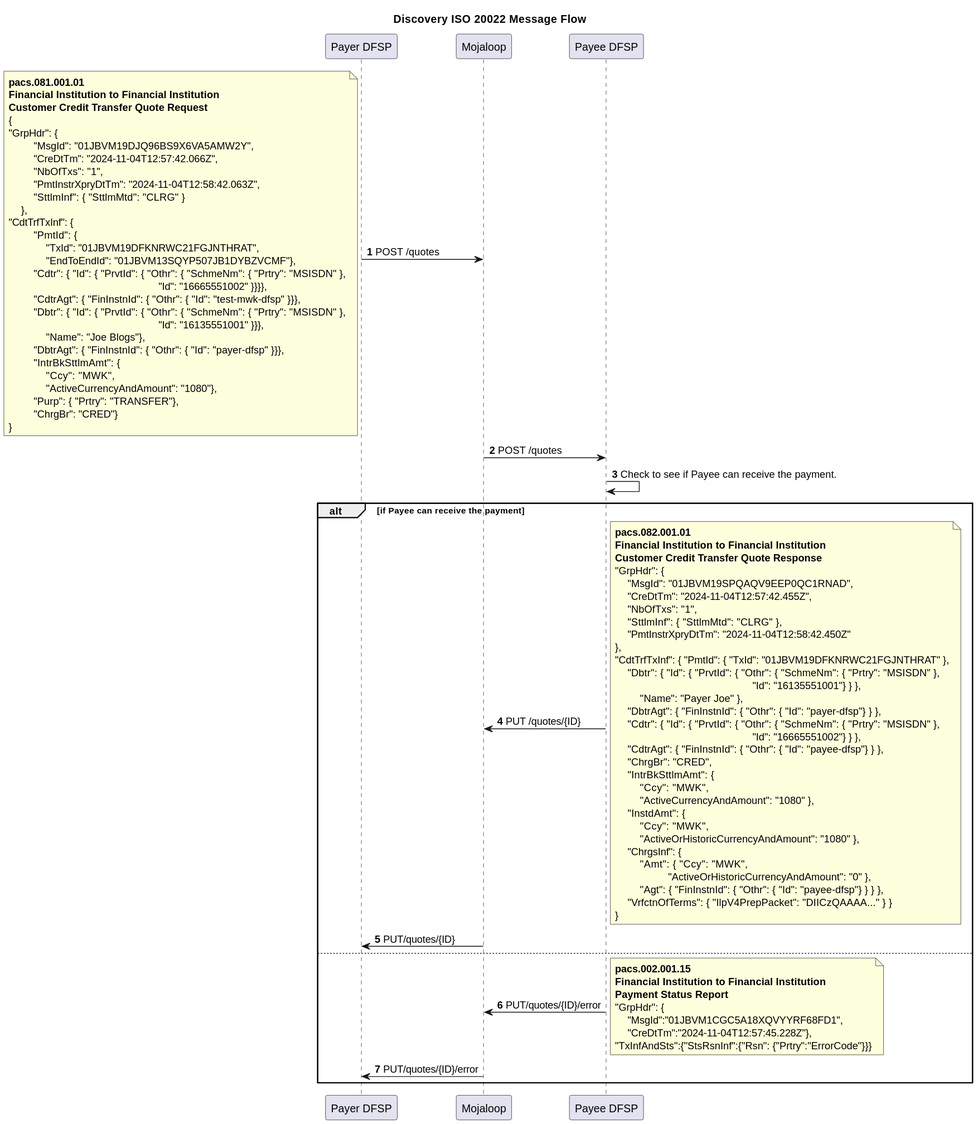
The PlantUML diagram docs/fr/product/features/Iso20022/v1.0/SequenceDiagrams/Agreement.svg in mojaloop/documentation, before a commit. Its source is kept beside it as docs/fr/product/features/Iso20022/v1.0/SequenceDiagrams/Agreement.plantuml. The source it was exported from:
```plantuml
@startuml

Title Discovery ISO 20022 Message Flow
participant PayerDFSP as "Payer DFSP"
participant Mojaloop as "Mojaloop"
participant PayeeDFSP as "Payee DFSP"

autonumber

PayerDFSP -> Mojaloop: POST /quotes
note left
**pacs.081.001.01**
**Financial Institution to Financial Institution**
**Customer Credit Transfer Quote Request**
{
"GrpHdr": {
        "MsgId": "01JBVM19DJQ96BS9X6VA5AMW2Y",
        "CreDtTm": "2024-11-04T12:57:42.066Z",
        "NbOfTxs": "1",
        "PmtInstrXpryDtTm": "2024-11-04T12:58:42.063Z",
        "SttlmInf": { "SttlmMtd": "CLRG" }
    },
"CdtTrfTxInf": {
        "PmtId": {
            "TxId": "01JBVM19DFKNRWC21FGJNTHRAT",
            "EndToEndId": "01JBVM13SQYP507JB1DYBZVCMF"},
        "Cdtr": { "Id": { "PrvtId": { "Othr": { "SchmeNm": { "Prtry": "MSISDN" },
                                                "Id": "16665551002" }}}},
        "CdtrAgt": { "FinInstnId": { "Othr": { "Id": "test-mwk-dfsp" }}},
        "Dbtr": { "Id": { "PrvtId": { "Othr": { "SchmeNm": { "Prtry": "MSISDN" },
                                                "Id": "16135551001" }}},
            "Name": "Joe Blogs"},
        "DbtrAgt": { "FinInstnId": { "Othr": { "Id": "payer-dfsp" }}},
        "IntrBkSttlmAmt": {
            "Ccy": "MWK",
            "ActiveCurrencyAndAmount": "1080"},
        "Purp": { "Prtry": "TRANSFER"},
        "ChrgBr": "CRED"}
}
end note
Mojaloop -> PayeeDFSP: POST /quotes
PayeeDFSP -> PayeeDFSP: Check to see if Payee can receive the payment.
alt if Payee can receive the payment
PayeeDFSP -> Mojaloop: PUT /quotes/{ID}
note right
**pacs.082.001.01**
**Financial Institution to Financial Institution**
**Customer Credit Transfer Quote Response**
"GrpHdr": {
    "MsgId": "01JBVM19SPQAQV9EEP0QC1RNAD",
    "CreDtTm": "2024-11-04T12:57:42.455Z",
    "NbOfTxs": "1",
    "SttlmInf": { "SttlmMtd": "CLRG" },
    "PmtInstrXpryDtTm": "2024-11-04T12:58:42.450Z"
},
"CdtTrfTxInf": { "PmtId": { "TxId": "01JBVM19DFKNRWC21FGJNTHRAT" },
    "Dbtr": { "Id": { "PrvtId": { "Othr": { "SchmeNm": { "Prtry": "MSISDN" },
                                            "Id": "16135551001"} } },
        "Name": "Payer Joe" },
    "DbtrAgt": { "FinInstnId": { "Othr": { "Id": "payer-dfsp"} } },
    "Cdtr": { "Id": { "PrvtId": { "Othr": { "SchmeNm": { "Prtry": "MSISDN" },
                                            "Id": "16665551002"} } },
    "CdtrAgt": { "FinInstnId": { "Othr": { "Id": "payee-dfsp"} } },
    "ChrgBr": "CRED",
    "IntrBkSttlmAmt": {
        "Ccy": "MWK",
        "ActiveCurrencyAndAmount": "1080" },
    "InstdAmt": {
        "Ccy": "MWK",
        "ActiveOrHistoricCurrencyAndAmount": "1080" },
    "ChrgsInf": {
        "Amt": { "Ccy": "MWK",
                 "ActiveOrHistoricCurrencyAndAmount": "0" },
        "Agt": { "FinInstnId": { "Othr": { "Id": "payee-dfsp"} } } },
    "VrfctnOfTerms": { "IlpV4PrepPacket": "DIICzQAAAA..." } }
}
end note
Mojaloop -> PayerDFSP: PUT/quotes/{ID}

else

PayeeDFSP -> Mojaloop: PUT/quotes/{ID}/error
note right
**pacs.002.001.15**
**Financial Institution to Financial Institution**
**Payment Status Report**
"GrpHdr": {
    "MsgId":"01JBVM1CGC5A18XQVYYRF68FD1",
    "CreDtTm":"2024-11-04T12:57:45.228Z"},
"TxInfAndSts":{"StsRsnInf":{"Rsn": {"Prtry":"ErrorCode"}}}
end note
Mojaloop -> PayerDFSP: PUT/quotes/{ID}/error

end

@enduml
```
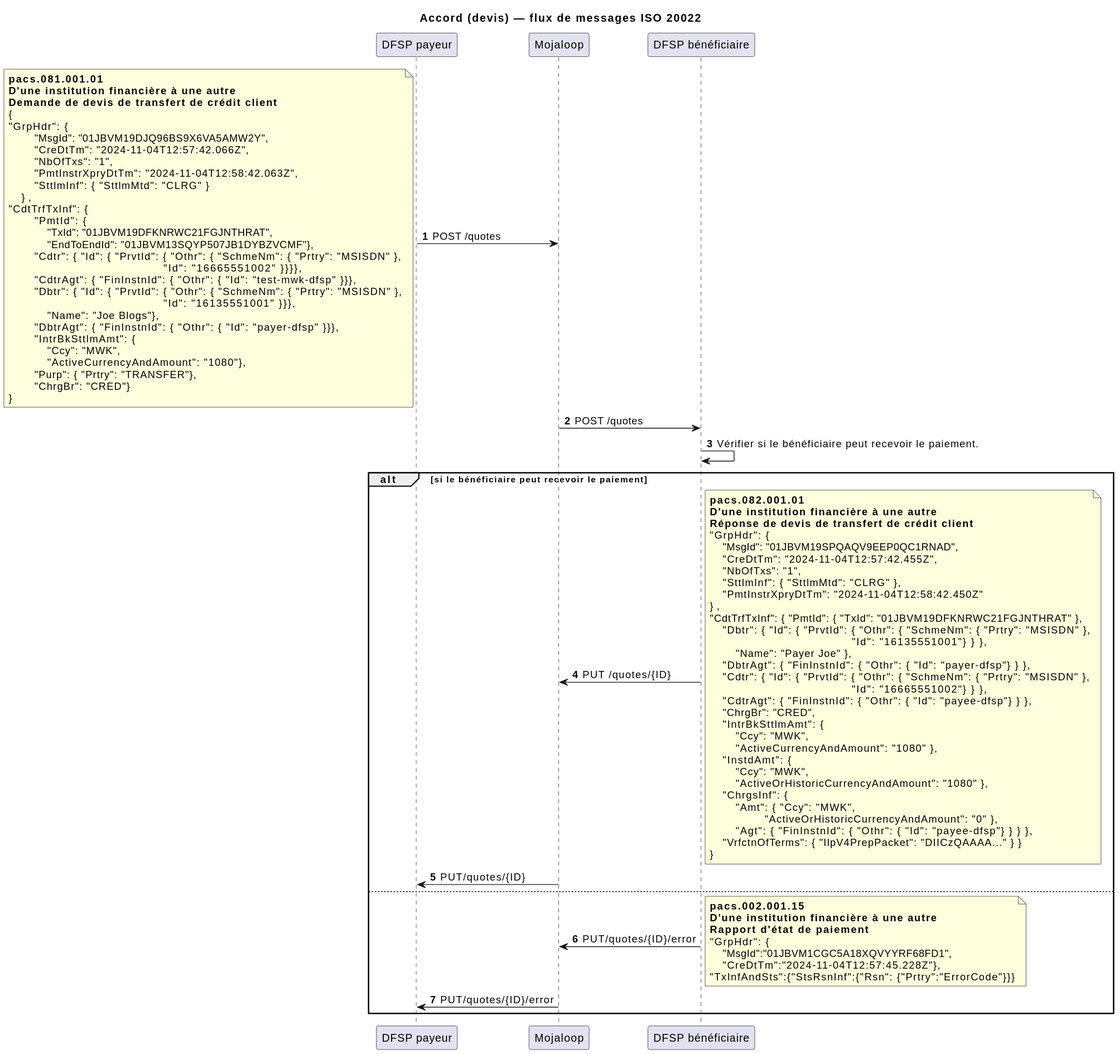
The same diagram one commit later.

Change to the diagram source:
```diff
@@ -1,17 +1,17 @@
 @startuml
 
-Title Discovery ISO 20022 Message Flow
-participant PayerDFSP as "Payer DFSP"
+Title Accord (devis) — flux de messages ISO 20022
+participant PayerDFSP as "DFSP payeur"
 participant Mojaloop as "Mojaloop"
-participant PayeeDFSP as "Payee DFSP"
+participant PayeeDFSP as "DFSP bénéficiaire"
 
 autonumber
 
 PayerDFSP -> Mojaloop: POST /quotes
 note left
 **pacs.081.001.01**
-**Financial Institution to Financial Institution**
-**Customer Credit Transfer Quote Request**
+**D'une institution financière à une autre**
+**Demande de devis de transfert de crédit client**
 {
 "GrpHdr": {
         "MsgId": "01JBVM19DJQ96BS9X6VA5AMW2Y",
@@ -39,13 +39,13 @@
 }
 end note
 Mojaloop -> PayeeDFSP: POST /quotes
-PayeeDFSP -> PayeeDFSP: Check to see if Payee can receive the payment.
-alt if Payee can receive the payment
+PayeeDFSP -> PayeeDFSP: Vérifier si le bénéficiaire peut recevoir le paiement.
+alt si le bénéficiaire peut recevoir le paiement
 PayeeDFSP -> Mojaloop: PUT /quotes/{ID}
 note right
 **pacs.082.001.01**
-**Financial Institution to Financial Institution**
-**Customer Credit Transfer Quote Response**
+**D'une institution financière à une autre**
+**Réponse de devis de transfert de crédit client**
 "GrpHdr": {
     "MsgId": "01JBVM19SPQAQV9EEP0QC1RNAD",
     "CreDtTm": "2024-11-04T12:57:42.455Z",
@@ -82,8 +82,8 @@
 PayeeDFSP -> Mojaloop: PUT/quotes/{ID}/error
 note right
 **pacs.002.001.15**
-**Financial Institution to Financial Institution**
-**Payment Status Report**
+**D'une institution financière à une autre**
+**Rapport d'état de paiement**
 "GrpHdr": {
     "MsgId":"01JBVM1CGC5A18XQVYYRF68FD1",
     "CreDtTm":"2024-11-04T12:57:45.228Z"},
```
